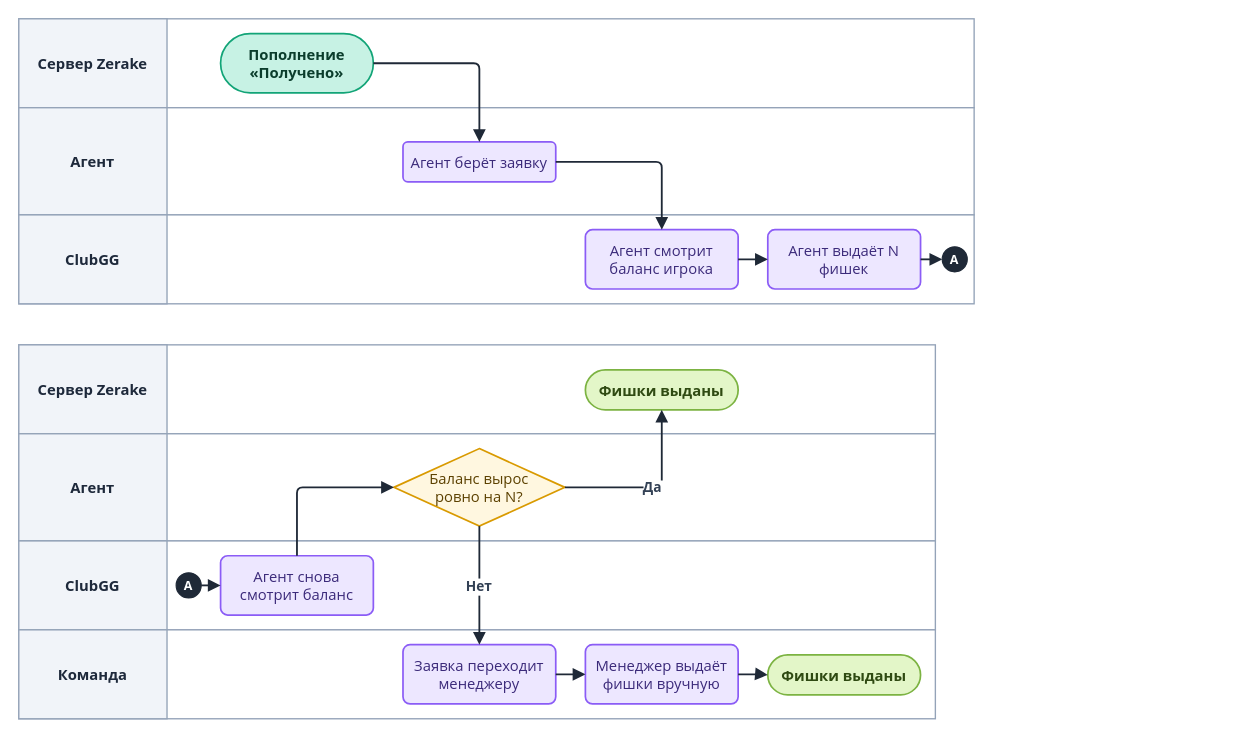
LILSUFFER/zerake-docs keeps this draw.io diagram as diagrams/drawio/agent.drawio. Above is the earlier version. Source tidied: cells renumbered, new cells numbered last; positions are measured from the earlier drawing's top-left corner, leaving out a move shared by most shapes. Both pictures are drawn from the tidied source at 114%, with x=0, y=0 at pixel (18, 18).
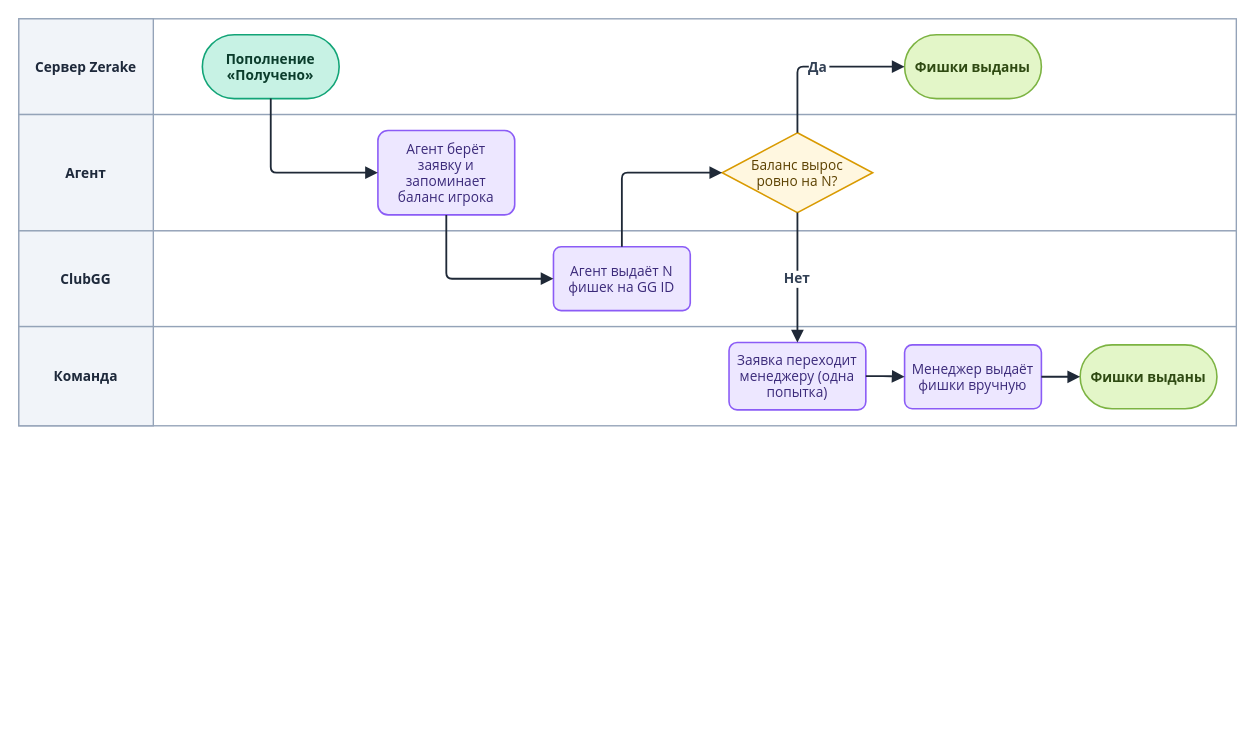
Above is the later version.

Change to the diagram source:
```diff
@@
     <mxCell id="2" style="rounded=0;html=0;fillColor=#FFFFFF;strokeColor=#94A3B8;strokeWidth=1.2;" parent="1" vertex="1">
-      <mxGeometry width="838" height="78" as="geometry" />
+      <mxGeometry width="1068" height="84" as="geometry" />
     </mxCell>
-    <mxCell id="3" value="Сервер Zerake" style="rounded=0;html=0;fillColor=#F1F4F9;strokeColor=#94A3B8;strokeWidth=1.2;fontColor=#1E293B;fontStyle=1;fontSize=13;fontFamily=Segoe UI;align=center;verticalAlign=middle;" parent="1" vertex="1">
-      <mxGeometry width="130" height="78" as="geometry" />
+    <mxCell id="3" value="Сервер Zerake" style="rounded=0;html=0;fillColor=#F1F4F9;strokeColor=#94A3B8;strokeWidth=1.2;fontColor=#1E293B;fontStyle=1;fontSize=12;fontFamily=Segoe UI;align=center;verticalAlign=middle;" parent="1" vertex="1">
+      <mxGeometry width="118" height="84" as="geometry" />
     </mxCell>
     <mxCell id="4" style="rounded=0;html=0;fillColor=#FFFFFF;strokeColor=#94A3B8;strokeWidth=1.2;" parent="1" vertex="1">
-      <mxGeometry y="78" width="838" height="94" as="geometry" />
+      <mxGeometry y="84" width="1068" height="102" as="geometry" />
     </mxCell>
-    <mxCell id="5" value="Агент" style="rounded=0;html=0;fillColor=#F1F4F9;strokeColor=#94A3B8;strokeWidth=1.2;fontColor=#1E293B;fontStyle=1;fontSize=13;fontFamily=Segoe UI;align=center;verticalAlign=middle;" parent="1" vertex="1">
-      <mxGeometry y="78" width="130" height="94" as="geometry" />
+    <mxCell id="5" value="Агент" style="rounded=0;html=0;fillColor=#F1F4F9;strokeColor=#94A3B8;strokeWidth=1.2;fontColor=#1E293B;fontStyle=1;fontSize=12;fontFamily=Segoe UI;align=center;verticalAlign=middle;" parent="1" vertex="1">
+      <mxGeometry y="84" width="118" height="102" as="geometry" />
     </mxCell>
     <mxCell id="6" style="rounded=0;html=0;fillColor=#FFFFFF;strokeColor=#94A3B8;strokeWidth=1.2;" parent="1" vertex="1">
-      <mxGeometry y="172" width="838" height="78" as="geometry" />
+      <mxGeometry y="186" width="1068" height="84" as="geometry" />
     </mxCell>
-    <mxCell id="7" value="ClubGG" style="rounded=0;html=0;fillColor=#F1F4F9;strokeColor=#94A3B8;strokeWidth=1.2;fontColor=#1E293B;fontStyle=1;fontSize=13;fontFamily=Segoe UI;align=center;verticalAlign=middle;" parent="1" vertex="1">
-      <mxGeometry y="172" width="130" height="78" as="geometry" />
+    <mxCell id="7" value="ClubGG" style="rounded=0;html=0;fillColor=#F1F4F9;strokeColor=#94A3B8;strokeWidth=1.2;fontColor=#1E293B;fontStyle=1;fontSize=12;fontFamily=Segoe UI;align=center;verticalAlign=middle;" parent="1" vertex="1">
+      <mxGeometry y="186" width="118" height="84" as="geometry" />
     </mxCell>
-    <mxCell id="8" style="rounded=0;html=0;fillColor=#FFFFFF;strokeColor=#94A3B8;strokeWidth=1.2;" parent="1" vertex="1">
-      <mxGeometry y="286" width="804" height="78" as="geometry" />
-    </mxCell>
-    <mxCell id="9" value="Сервер Zerake" style="rounded=0;html=0;fillColor=#F1F4F9;strokeColor=#94A3B8;strokeWidth=1.2;fontColor=#1E293B;fontStyle=1;fontSize=13;fontFamily=Segoe UI;align=center;verticalAlign=middle;" parent="1" vertex="1">
-      <mxGeometry y="286" width="130" height="78" as="geometry" />
-    </mxCell>
-    <mxCell id="10" style="rounded=0;html=0;fillColor=#FFFFFF;strokeColor=#94A3B8;strokeWidth=1.2;" parent="1" vertex="1">
-      <mxGeometry y="364" width="804" height="94" as="geometry" />
-    </mxCell>
-    <mxCell id="11" value="Агент" style="rounded=0;html=0;fillColor=#F1F4F9;strokeColor=#94A3B8;strokeWidth=1.2;fontColor=#1E293B;fontStyle=1;fontSize=13;fontFamily=Segoe UI;align=center;verticalAlign=middle;" parent="1" vertex="1">
-      <mxGeometry y="364" width="130" height="94" as="geometry" />
-    </mxCell>
-    <mxCell id="12" style="rounded=0;html=0;fillColor=#FFFFFF;strokeColor=#94A3B8;strokeWidth=1.2;" parent="1" vertex="1">
-      <mxGeometry y="458" width="804" height="78" as="geometry" />
-    </mxCell>
-    <mxCell id="13" value="ClubGG" style="rounded=0;html=0;fillColor=#F1F4F9;strokeColor=#94A3B8;strokeWidth=1.2;fontColor=#1E293B;fontStyle=1;fontSize=13;fontFamily=Segoe UI;align=center;verticalAlign=middle;" parent="1" vertex="1">
-      <mxGeometry y="458" width="130" height="78" as="geometry" />
-    </mxCell>
-    <mxCell id="14" style="rounded=0;html=0;fillColor=#FFFFFF;strokeColor=#94A3B8;strokeWidth=1.2;" parent="1" vertex="1">
-      <mxGeometry y="536" width="804" height="78" as="geometry" />
-    </mxCell>
+    <mxCell id="38" style="rounded=0;html=0;fillColor=#FFFFFF;strokeColor=#94A3B8;strokeWidth=1.2;" parent="1" vertex="1">
+      <mxGeometry y="270" width="1068" height="87" as="geometry" />
+    </mxCell>
-    <mxCell id="15" value="Команда" style="rounded=0;html=0;fillColor=#F1F4F9;strokeColor=#94A3B8;strokeWidth=1.2;fontColor=#1E293B;fontStyle=1;fontSize=13;fontFamily=Segoe UI;align=center;verticalAlign=middle;" parent="1" vertex="1">
-      <mxGeometry y="536" width="130" height="78" as="geometry" />
+    <mxCell id="15" value="Команда" style="rounded=0;html=0;fillColor=#F1F4F9;strokeColor=#94A3B8;strokeWidth=1.2;fontColor=#1E293B;fontStyle=1;fontSize=12;fontFamily=Segoe UI;align=center;verticalAlign=middle;" parent="1" vertex="1">
+      <mxGeometry y="270" width="118" height="87" as="geometry" />
     </mxCell>
-    <mxCell id="16" value="Пополнение&#10;«Получено»" style="rounded=1;arcSize=50;html=0;fontStyle=1;fillColor=#C7F2E4;strokeColor=#12A477;fontColor=#0B3D2C;fontFamily=Segoe UI;fontSize=13;strokeWidth=1.5;" parent="1" vertex="1">
-      <mxGeometry x="177" y="13" width="134" height="52" as="geometry" />
+    <mxCell id="16" value="Пополнение&#10;«Получено»" style="rounded=1;arcSize=50;html=0;fontStyle=1;fillColor=#C7F2E4;strokeColor=#12A477;fontColor=#0B3D2C;fontFamily=Segoe UI;fontSize=12;strokeWidth=1.4;" parent="1" vertex="1">
+      <mxGeometry x="161" y="14" width="120" height="56" as="geometry" />
     </mxCell>
-    <mxCell id="17" value="Агент берёт заявку" style="rounded=1;arcSize=12;html=0;fillColor=#EDE7FF;strokeColor=#8B5CF6;fontColor=#3B2A7A;fontFamily=Segoe UI;fontSize=13;strokeWidth=1.5;" parent="1" vertex="1">
-      <mxGeometry x="337" y="108" width="134" height="35" as="geometry" />
+    <mxCell id="17" value="Агент берёт&#10;заявку и&#10;запоминает&#10;баланс игрока" style="rounded=1;arcSize=12;html=0;fillColor=#EDE7FF;strokeColor=#8B5CF6;fontColor=#3B2A7A;fontFamily=Segoe UI;fontSize=12;strokeWidth=1.4;" parent="1" vertex="1">
+      <mxGeometry x="315" y="98" width="120" height="74" as="geometry" />
     </mxCell>
-    <mxCell id="18" value="Агент смотрит&#10;баланс игрока" style="rounded=1;arcSize=12;html=0;fillColor=#EDE7FF;strokeColor=#8B5CF6;fontColor=#3B2A7A;fontFamily=Segoe UI;fontSize=13;strokeWidth=1.5;" parent="1" vertex="1">
-      <mxGeometry x="497" y="185" width="134" height="52" as="geometry" />
-    </mxCell>
-    <mxCell id="19" value="Агент выдаёт N&#10;фишек" style="rounded=1;arcSize=12;html=0;fillColor=#EDE7FF;strokeColor=#8B5CF6;fontColor=#3B2A7A;fontFamily=Segoe UI;fontSize=13;strokeWidth=1.5;" parent="1" vertex="1">
-      <mxGeometry x="657" y="185" width="134" height="52" as="geometry" />
+    <mxCell id="19" value="Агент выдаёт N&#10;фишек на GG ID" style="rounded=1;arcSize=12;html=0;fillColor=#EDE7FF;strokeColor=#8B5CF6;fontColor=#3B2A7A;fontFamily=Segoe UI;fontSize=12;strokeWidth=1.4;" parent="1" vertex="1">
+      <mxGeometry x="469" y="200" width="120" height="56" as="geometry" />
     </mxCell>
-    <mxCell id="20" value="Агент снова&#10;смотрит баланс" style="rounded=1;arcSize=12;html=0;fillColor=#EDE7FF;strokeColor=#8B5CF6;fontColor=#3B2A7A;fontFamily=Segoe UI;fontSize=13;strokeWidth=1.5;" parent="1" vertex="1">
-      <mxGeometry x="177" y="471" width="134" height="52" as="geometry" />
-    </mxCell>
-    <mxCell id="21" value="Баланс вырос&#10;ровно на N?" style="rhombus;html=0;fillColor=#FFF7E0;strokeColor=#D99A00;fontColor=#5C4100;fontFamily=Segoe UI;fontSize=13;strokeWidth=1.5;" parent="1" vertex="1">
-      <mxGeometry x="329" y="377" width="150" height="68" as="geometry" />
+    <mxCell id="21" value="Баланс вырос&#10;ровно на N?" style="rhombus;html=0;fillColor=#FFF7E0;strokeColor=#D99A00;fontColor=#5C4100;fontFamily=Segoe UI;fontSize=12;strokeWidth=1.4;" parent="1" vertex="1">
+      <mxGeometry x="617" y="100" width="132" height="70" as="geometry" />
     </mxCell>
+    <mxCell id="23" value="Фишки выданы" style="rounded=1;arcSize=50;html=0;fontStyle=1;fillColor=#E3F6C8;strokeColor=#7CB342;fontColor=#2F4A12;fontFamily=Segoe UI;fontSize=12;strokeWidth=1.4;" parent="1" vertex="1">
+      <mxGeometry x="777" y="14" width="120" height="56" as="geometry" />
+    </mxCell>
-    <mxCell id="22" value="Заявка переходит&#10;менеджеру" style="rounded=1;arcSize=12;html=0;fillColor=#EDE7FF;strokeColor=#8B5CF6;fontColor=#3B2A7A;fontFamily=Segoe UI;fontSize=13;strokeWidth=1.5;" parent="1" vertex="1">
-      <mxGeometry x="337" y="549" width="134" height="52" as="geometry" />
+    <mxCell id="22" value="Заявка переходит&#10;менеджеру (одна&#10;попытка)" style="rounded=1;arcSize=12;html=0;fillColor=#EDE7FF;strokeColor=#8B5CF6;fontColor=#3B2A7A;fontFamily=Segoe UI;fontSize=12;strokeWidth=1.4;" parent="1" vertex="1">
+      <mxGeometry x="623" y="284" width="120" height="59" as="geometry" />
     </mxCell>
-    <mxCell id="23" value="Фишки выданы" style="rounded=1;arcSize=50;html=0;fontStyle=1;fillColor=#E3F6C8;strokeColor=#7CB342;fontColor=#2F4A12;fontFamily=Segoe UI;fontSize=13;strokeWidth=1.5;" parent="1" vertex="1">
-      <mxGeometry x="497" y="308" width="134" height="35" as="geometry" />
-    </mxCell>
-    <mxCell id="24" value="Менеджер выдаёт&#10;фишки вручную" style="rounded=1;arcSize=12;html=0;fillColor=#EDE7FF;strokeColor=#8B5CF6;fontColor=#3B2A7A;fontFamily=Segoe UI;fontSize=13;strokeWidth=1.5;" parent="1" vertex="1">
-      <mxGeometry x="497" y="549" width="134" height="52" as="geometry" />
+    <mxCell id="24" value="Менеджер выдаёт&#10;фишки вручную" style="rounded=1;arcSize=12;html=0;fillColor=#EDE7FF;strokeColor=#8B5CF6;fontColor=#3B2A7A;fontFamily=Segoe UI;fontSize=12;strokeWidth=1.4;" parent="1" vertex="1">
+      <mxGeometry x="777" y="286" width="120" height="56" as="geometry" />
     </mxCell>
-    <mxCell id="25" value="Фишки выданы" style="rounded=1;arcSize=50;html=0;fontStyle=1;fillColor=#E3F6C8;strokeColor=#7CB342;fontColor=#2F4A12;fontFamily=Segoe UI;fontSize=13;strokeWidth=1.5;" parent="1" vertex="1">
-      <mxGeometry x="657" y="558" width="134" height="35" as="geometry" />
+    <mxCell id="25" value="Фишки выданы" style="rounded=1;arcSize=50;html=0;fontStyle=1;fillColor=#E3F6C8;strokeColor=#7CB342;fontColor=#2F4A12;fontFamily=Segoe UI;fontSize=12;strokeWidth=1.4;" parent="1" vertex="1">
+      <mxGeometry x="931" y="286" width="120" height="56" as="geometry" />
     </mxCell>
-    <mxCell id="26" style="edgeStyle=orthogonalEdgeStyle;rounded=1;arcSize=10;jettySize=auto;html=0;strokeColor=#1F2937;strokeWidth=1.6;endArrow=block;endFill=1;endSize=7;fontFamily=Segoe UI;fontSize=12;fontStyle=1;fontColor=#334155;labelBackgroundColor=#FFFFFF;" parent="1" edge="1" source="16" target="17">
+    <mxCell id="26" style="edgeStyle=orthogonalEdgeStyle;rounded=1;arcSize=10;jettySize=auto;html=0;strokeColor=#1F2937;strokeWidth=1.6;endArrow=block;endFill=1;endSize=7;fontFamily=Segoe UI;fontSize=12;fontStyle=1;fontColor=#334155;labelBackgroundColor=#FFFFFF;exitX=0.5;exitY=1;entryX=0;entryY=0.5;" parent="1" edge="1" source="16" target="17">
       <mxGeometry relative="1" as="geometry" />
     </mxCell>
-    <mxCell id="27" style="edgeStyle=orthogonalEdgeStyle;rounded=1;arcSize=10;jettySize=auto;html=0;strokeColor=#1F2937;strokeWidth=1.6;endArrow=block;endFill=1;endSize=7;fontFamily=Segoe UI;fontSize=12;fontStyle=1;fontColor=#334155;labelBackgroundColor=#FFFFFF;" parent="1" edge="1" source="17" target="18">
+    <mxCell id="27" style="edgeStyle=orthogonalEdgeStyle;rounded=1;arcSize=10;jettySize=auto;html=0;strokeColor=#1F2937;strokeWidth=1.6;endArrow=block;endFill=1;endSize=7;fontFamily=Segoe UI;fontSize=12;fontStyle=1;fontColor=#334155;labelBackgroundColor=#FFFFFF;exitX=0.5;exitY=1;entryX=0;entryY=0.5;" parent="1" edge="1" source="17" target="19">
       <mxGeometry relative="1" as="geometry" />
     </mxCell>
-    <mxCell id="28" style="edgeStyle=orthogonalEdgeStyle;rounded=1;arcSize=10;jettySize=auto;html=0;strokeColor=#1F2937;strokeWidth=1.6;endArrow=block;endFill=1;endSize=7;fontFamily=Segoe UI;fontSize=12;fontStyle=1;fontColor=#334155;labelBackgroundColor=#FFFFFF;" parent="1" edge="1" source="18" target="19">
+    <mxCell id="28" style="edgeStyle=orthogonalEdgeStyle;rounded=1;arcSize=10;jettySize=auto;html=0;strokeColor=#1F2937;strokeWidth=1.6;endArrow=block;endFill=1;endSize=7;fontFamily=Segoe UI;fontSize=12;fontStyle=1;fontColor=#334155;labelBackgroundColor=#FFFFFF;exitX=0.5;exitY=0;entryX=0;entryY=0.5;" parent="1" edge="1" source="19" target="21">
       <mxGeometry relative="1" as="geometry" />
     </mxCell>
-    <mxCell id="29" value="A" style="ellipse;html=0;fillColor=#1F2937;strokeColor=#1F2937;fontColor=#FFFFFF;fontStyle=1;fontSize=11;fontFamily=Segoe UI;" parent="1" vertex="1">
-      <mxGeometry x="810" y="200" width="22" height="22" as="geometry" />
-    </mxCell>
-    <mxCell id="30" value="A" style="ellipse;html=0;fillColor=#1F2937;strokeColor=#1F2937;fontColor=#FFFFFF;fontStyle=1;fontSize=11;fontFamily=Segoe UI;" parent="1" vertex="1">
-      <mxGeometry x="138" y="486" width="22" height="22" as="geometry" />
-    </mxCell>
-    <mxCell id="31" style="edgeStyle=orthogonalEdgeStyle;rounded=1;arcSize=10;jettySize=auto;html=0;strokeColor=#1F2937;strokeWidth=1.6;endArrow=block;endFill=1;endSize=7;fontFamily=Segoe UI;fontSize=12;fontStyle=1;fontColor=#334155;labelBackgroundColor=#FFFFFF;exitX=1;exitY=0.5;entryX=0;entryY=0.5;" parent="1" edge="1" source="19" target="29">
+    <mxCell id="31" value="Да" style="edgeStyle=orthogonalEdgeStyle;rounded=1;arcSize=10;jettySize=auto;html=0;strokeColor=#1F2937;strokeWidth=1.6;endArrow=block;endFill=1;endSize=7;fontFamily=Segoe UI;fontSize=12;fontStyle=1;fontColor=#334155;labelBackgroundColor=#FFFFFF;exitX=0.5;exitY=0;entryX=0;entryY=0.5;" parent="1" edge="1" source="21" target="23">
       <mxGeometry relative="1" as="geometry" />
     </mxCell>
-    <mxCell id="32" style="edgeStyle=orthogonalEdgeStyle;rounded=1;arcSize=10;jettySize=auto;html=0;strokeColor=#1F2937;strokeWidth=1.6;endArrow=block;endFill=1;endSize=7;fontFamily=Segoe UI;fontSize=12;fontStyle=1;fontColor=#334155;labelBackgroundColor=#FFFFFF;exitX=1;exitY=0.5;entryX=0;entryY=0.5;" parent="1" edge="1" source="30" target="20">
-      <mxGeometry relative="1" as="geometry" />
-    </mxCell>
-    <mxCell id="33" style="edgeStyle=orthogonalEdgeStyle;rounded=1;arcSize=10;jettySize=auto;html=0;strokeColor=#1F2937;strokeWidth=1.6;endArrow=block;endFill=1;endSize=7;fontFamily=Segoe UI;fontSize=12;fontStyle=1;fontColor=#334155;labelBackgroundColor=#FFFFFF;exitX=0.5;exitY=0;entryX=0;entryY=0.5;" parent="1" edge="1" source="20" target="21">
+    <mxCell id="33" value="Нет" style="edgeStyle=orthogonalEdgeStyle;rounded=1;arcSize=10;jettySize=auto;html=0;strokeColor=#1F2937;strokeWidth=1.6;endArrow=block;endFill=1;endSize=7;fontFamily=Segoe UI;fontSize=12;fontStyle=1;fontColor=#334155;labelBackgroundColor=#FFFFFF;" parent="1" edge="1" source="21" target="22">
       <mxGeometry relative="1" as="geometry" />
     </mxCell>
-    <mxCell id="34" value="Да" style="edgeStyle=orthogonalEdgeStyle;rounded=1;arcSize=10;jettySize=auto;html=0;strokeColor=#1F2937;strokeWidth=1.6;endArrow=block;endFill=1;endSize=7;fontFamily=Segoe UI;fontSize=12;fontStyle=1;fontColor=#334155;labelBackgroundColor=#FFFFFF;exitX=1;exitY=0.5;entryX=0.5;entryY=1;" parent="1" edge="1" source="21" target="23">
+    <mxCell id="34" style="edgeStyle=orthogonalEdgeStyle;rounded=1;arcSize=10;jettySize=auto;html=0;strokeColor=#1F2937;strokeWidth=1.6;endArrow=block;endFill=1;endSize=7;fontFamily=Segoe UI;fontSize=12;fontStyle=1;fontColor=#334155;labelBackgroundColor=#FFFFFF;" parent="1" edge="1" source="22" target="24">
       <mxGeometry relative="1" as="geometry" />
     </mxCell>
-    <mxCell id="35" value="Нет" style="edgeStyle=orthogonalEdgeStyle;rounded=1;arcSize=10;jettySize=auto;html=0;strokeColor=#1F2937;strokeWidth=1.6;endArrow=block;endFill=1;endSize=7;fontFamily=Segoe UI;fontSize=12;fontStyle=1;fontColor=#334155;labelBackgroundColor=#FFFFFF;" parent="1" edge="1" source="21" target="22">
+    <mxCell id="35" style="edgeStyle=orthogonalEdgeStyle;rounded=1;arcSize=10;jettySize=auto;html=0;strokeColor=#1F2937;strokeWidth=1.6;endArrow=block;endFill=1;endSize=7;fontFamily=Segoe UI;fontSize=12;fontStyle=1;fontColor=#334155;labelBackgroundColor=#FFFFFF;" parent="1" edge="1" source="24" target="25">
       <mxGeometry relative="1" as="geometry" />
     </mxCell>
-    <mxCell id="36" style="edgeStyle=orthogonalEdgeStyle;rounded=1;arcSize=10;jettySize=auto;html=0;strokeColor=#1F2937;strokeWidth=1.6;endArrow=block;endFill=1;endSize=7;fontFamily=Segoe UI;fontSize=12;fontStyle=1;fontColor=#334155;labelBackgroundColor=#FFFFFF;" parent="1" edge="1" source="22" target="24">
-      <mxGeometry relative="1" as="geometry" />
-    </mxCell>
-    <mxCell id="37" style="edgeStyle=orthogonalEdgeStyle;rounded=1;arcSize=10;jettySize=auto;html=0;strokeColor=#1F2937;strokeWidth=1.6;endArrow=block;endFill=1;endSize=7;fontFamily=Segoe UI;fontSize=12;fontStyle=1;fontColor=#334155;labelBackgroundColor=#FFFFFF;" parent="1" edge="1" source="24" target="25">
-      <mxGeometry relative="1" as="geometry" />
-    </mxCell>
```
